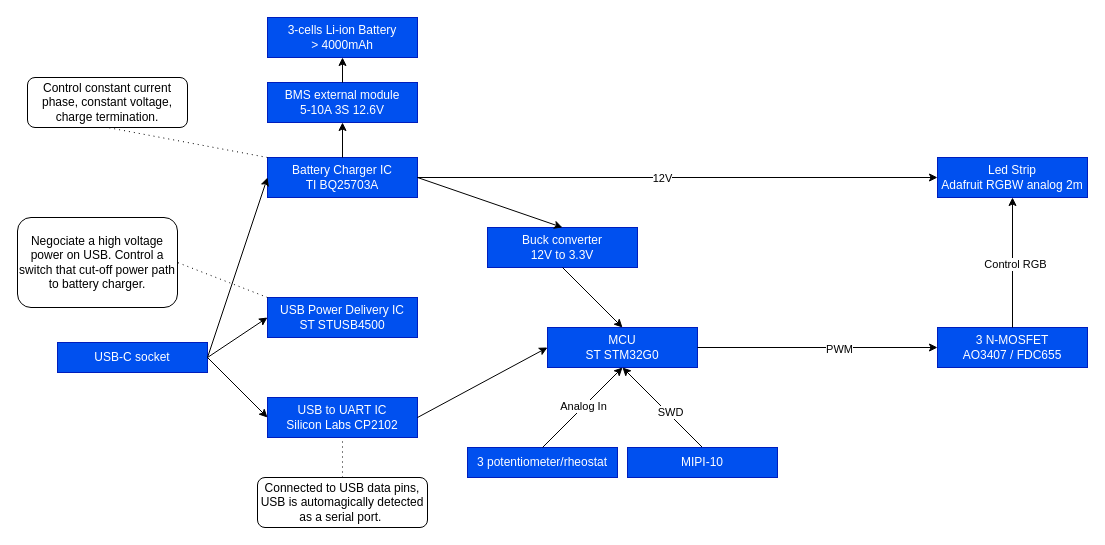
Before: hardware/hardware_architecture_design.drawio in leonmariotto/ledstrip, a draw.io diagram. Source tidied: cells renumbered, new cells numbered last; positions are measured from the earlier drawing's top-left corner, leaving out a move shared by most shapes. Both pictures are drawn from the tidied source at 100%, with x=0, y=0 at pixel (17, 17).
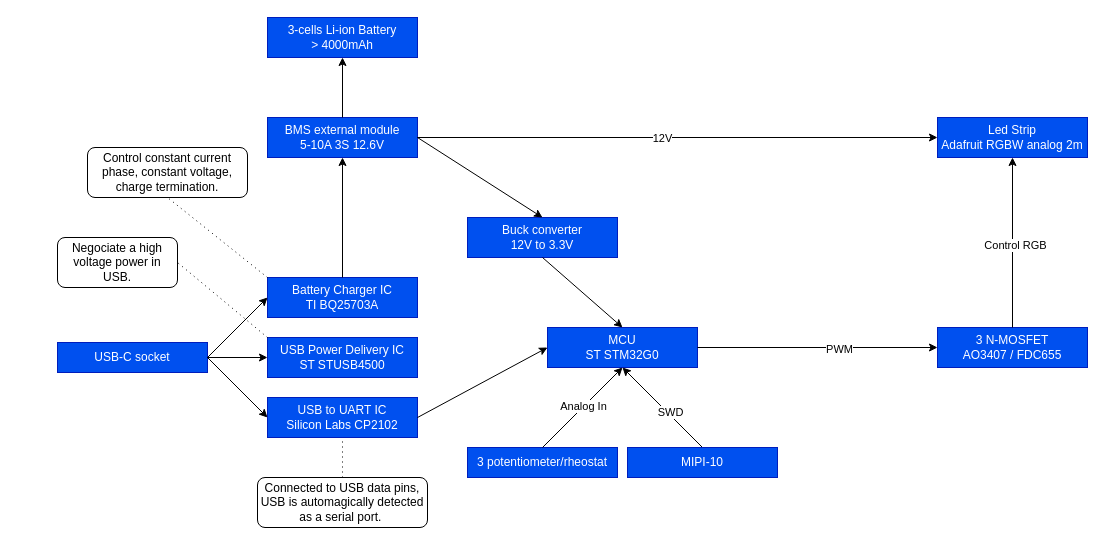
Above is the later version.

The edit, as a diff of the source:
```diff
@@
     <mxCell id="3" value="USB Power Delivery IC&lt;div&gt;ST STUSB4500&lt;/div&gt;" style="rounded=0;whiteSpace=wrap;html=1;fillColor=#0050ef;fontColor=#ffffff;strokeColor=#001DBC;" parent="1" vertex="1">
-      <mxGeometry x="250" y="280" width="150" height="40" as="geometry" />
+      <mxGeometry x="250" y="320" width="150" height="40" as="geometry" />
     </mxCell>
@@
     <mxCell id="5" value="Battery Charger IC&lt;div&gt;TI BQ25703A&lt;/div&gt;" style="rounded=0;whiteSpace=wrap;html=1;fillColor=#0050ef;fontColor=#ffffff;strokeColor=#001DBC;" parent="1" vertex="1">
-      <mxGeometry x="250" y="140" width="150" height="40" as="geometry" />
+      <mxGeometry x="250" y="260" width="150" height="40" as="geometry" />
     </mxCell>
     <mxCell id="6" value="Control constant current phase, constant voltage, charge termination." style="rounded=1;whiteSpace=wrap;html=1;" parent="1" vertex="1">
-      <mxGeometry x="10" y="60" width="160" height="50" as="geometry" />
+      <mxGeometry x="70" y="130" width="160" height="50" as="geometry" />
     </mxCell>
-    <mxCell id="7" value="Negociate a high voltage power on USB. Control a switch that cut-off power path to battery charger." style="rounded=1;whiteSpace=wrap;html=1;" parent="1" vertex="1">
-      <mxGeometry y="200" width="160" height="90" as="geometry" />
+    <mxCell id="7" value="Negociate a high voltage power in USB." style="rounded=1;whiteSpace=wrap;html=1;" parent="1" vertex="1">
+      <mxGeometry x="40" y="220" width="120" height="50" as="geometry" />
     </mxCell>
@@
     <mxCell id="9" value="&lt;div&gt;BMS external module&lt;/div&gt;&lt;div&gt;5-10A 3S 12.6V&lt;/div&gt;" style="rounded=0;whiteSpace=wrap;html=1;fillColor=#0050ef;fontColor=#ffffff;strokeColor=#001DBC;" parent="1" vertex="1">
-      <mxGeometry x="250" y="65" width="150" height="40" as="geometry" />
+      <mxGeometry x="250" y="100" width="150" height="40" as="geometry" />
     </mxCell>
@@
     <mxCell id="12" value="&lt;div&gt;&lt;span style=&quot;color: light-dark(rgb(255, 255, 255), rgb(255, 255, 255)); background-color: transparent;&quot;&gt;Led Strip&lt;/span&gt;&lt;/div&gt;&lt;div&gt;&lt;span style=&quot;color: light-dark(rgb(255, 255, 255), rgb(255, 255, 255)); background-color: transparent;&quot;&gt;Adafruit RGBW analog 2m&lt;/span&gt;&lt;/div&gt;" style="rounded=0;whiteSpace=wrap;html=1;fillColor=#0050ef;fontColor=#ffffff;strokeColor=#001DBC;" parent="1" vertex="1">
-      <mxGeometry x="920" y="140" width="150" height="40" as="geometry" />
+      <mxGeometry x="920" y="100" width="150" height="40" as="geometry" />
     </mxCell>
@@
     <mxCell id="15" value="&lt;div&gt;&lt;span style=&quot;color: light-dark(rgb(255, 255, 255), rgb(255, 255, 255)); background-color: transparent;&quot;&gt;Buck converter&lt;/span&gt;&lt;/div&gt;&lt;div&gt;&lt;font color=&quot;#ffffff&quot;&gt;12V to 3.3V&lt;/font&gt;&lt;/div&gt;" style="rounded=0;whiteSpace=wrap;html=1;fillColor=#0050ef;fontColor=#ffffff;strokeColor=#001DBC;" parent="1" vertex="1">
-      <mxGeometry x="470" y="210" width="150" height="40" as="geometry" />
+      <mxGeometry x="450" y="200" width="150" height="40" as="geometry" />
     </mxCell>
@@
-    <mxCell id="21" style="endArrow=classic;html=1;rounded=0;exitX=1;exitY=0.5;exitDx=0;exitDy=0;entryX=0.5;entryY=0;entryDx=0;entryDy=0;" parent="1" edge="1" source="5" target="15">
+    <mxCell id="21" style="endArrow=classic;html=1;rounded=0;exitX=1;exitY=0.5;exitDx=0;exitDy=0;entryX=0.5;entryY=0;entryDx=0;entryDy=0;" parent="1" edge="1" source="9" target="15">
       <mxGeometry relative="1" as="geometry" />
     </mxCell>
-    <mxCell id="22" style="endArrow=classic;html=1;rounded=0;exitX=1;exitY=0.5;exitDx=0;exitDy=0;entryX=0;entryY=0.5;entryDx=0;entryDy=0;" parent="1" edge="1" source="5" target="12">
+    <mxCell id="22" style="endArrow=classic;html=1;rounded=0;exitX=1;exitY=0.5;exitDx=0;exitDy=0;entryX=0;entryY=0.5;entryDx=0;entryDy=0;" parent="1" edge="1" source="9" target="12">
       <mxGeometry relative="1" as="geometry" />
     </mxCell>
```
